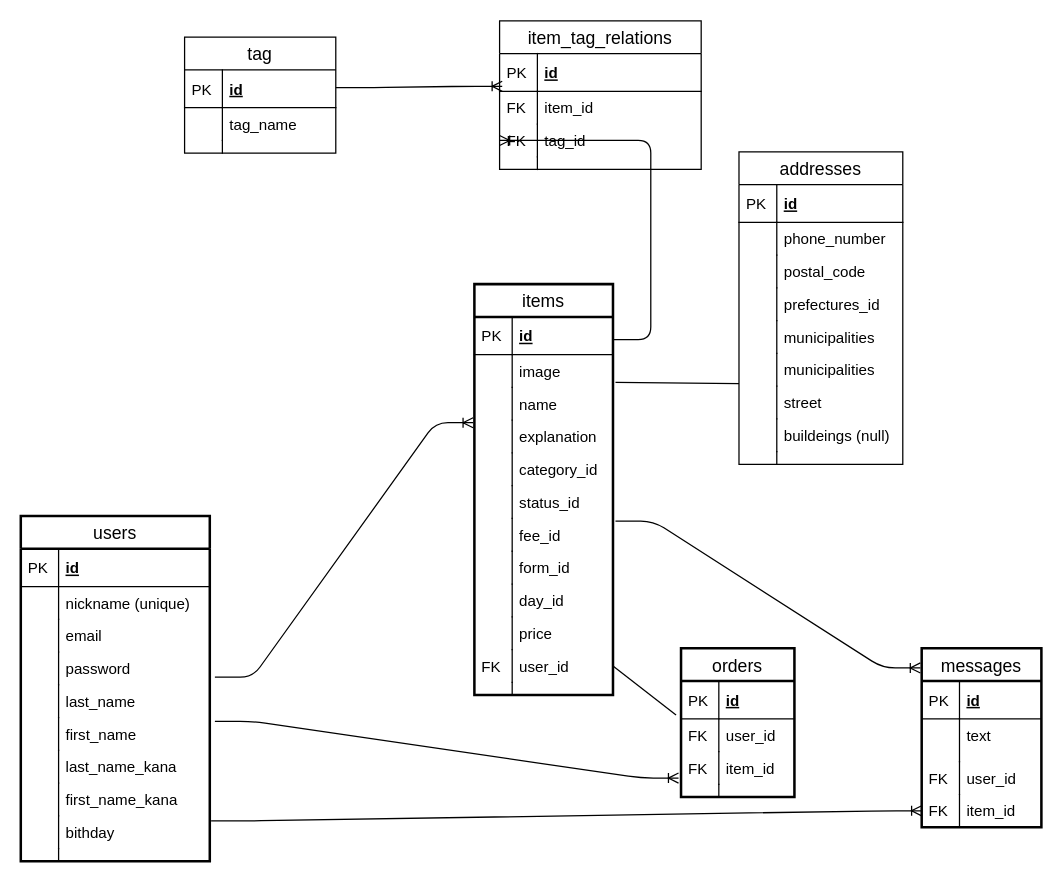
This is erd.drawio from madoca-git/furima_27808, a draw.io file, before an edit. Source tidied: cells renumbered, new cells numbered last; positions are measured from the earlier drawing's top-left corner, leaving out a move shared by most shapes. Both pictures are drawn from the tidied source at 126%, with x=0, y=0 at pixel (20, 20).
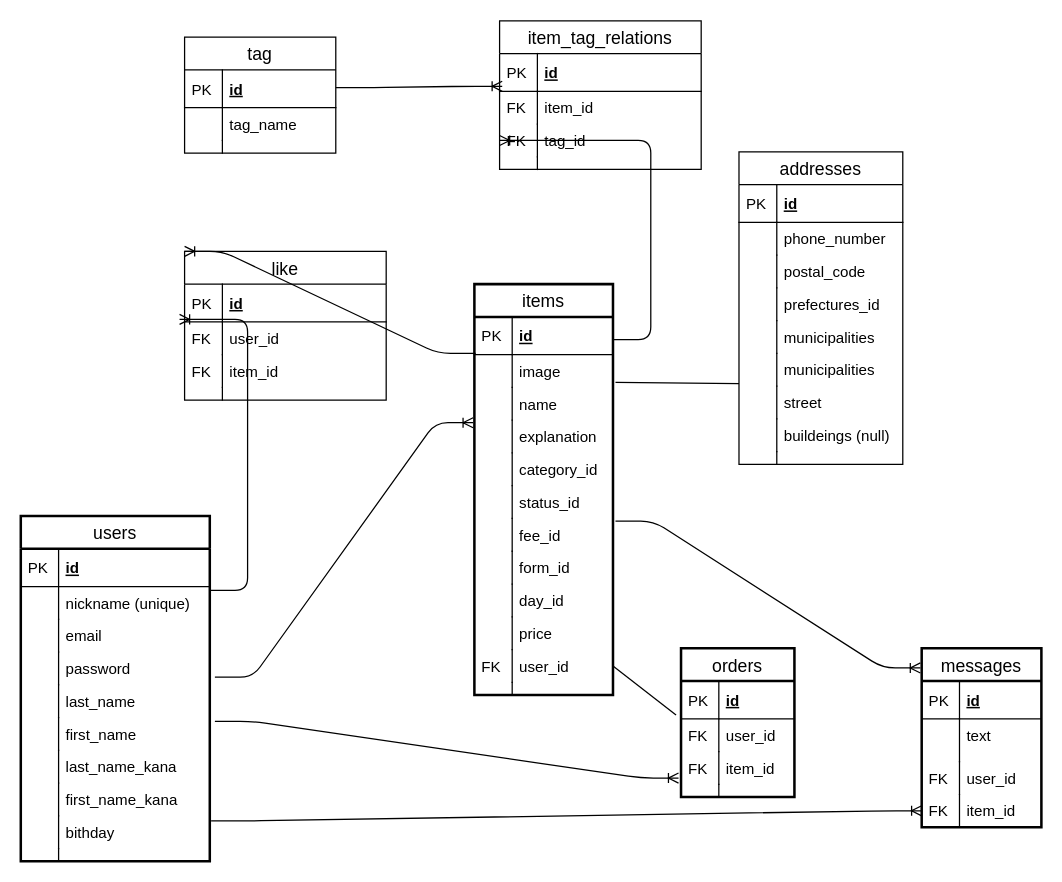
The same diagram, later.

The change refers to these unchanged cells:
```xml
<mxCell id="27" value="id" style="shape=partialRectangle;top=0;left=0;right=0;bottom=1;align=left;verticalAlign=middle;fillColor=none;spacingLeft=34;spacingRight=4;overflow=hidden;points=[[0,0.5],[1,0.5]];portConstraint=eastwest;fontStyle=5;fontSize=12;" parent="26" vertex="1">
  <mxGeometry y="26" width="110" height="30" as="geometry" />
</mxCell>
```

The edit, as a diff of the source:
```diff
@@
+    <mxCell id="109" value="like" style="swimlane;fontStyle=0;horizontal=1;startSize=26;align=center;fontSize=14;" parent="1" vertex="1">
+      <mxGeometry x="130" y="183" width="160" height="118" as="geometry" />
+    </mxCell>
+    <mxCell id="110" value="id" style="shape=partialRectangle;top=0;left=0;right=0;bottom=1;align=left;verticalAlign=middle;fillColor=none;spacingLeft=34;spacingRight=4;overflow=hidden;points=[[0,0.5],[1,0.5]];portConstraint=eastwest;fontStyle=5;fontSize=12;" parent="109" vertex="1">
+      <mxGeometry y="26" width="160" height="30" as="geometry" />
+    </mxCell>
+    <mxCell id="111" value="PK" style="shape=partialRectangle;top=0;left=0;bottom=0;fillColor=none;align=left;verticalAlign=middle;spacingLeft=4;spacingRight=4;overflow=hidden;fontSize=12;" parent="110" vertex="1">
+      <mxGeometry width="30" height="30" as="geometry" />
+    </mxCell>
+    <mxCell id="112" value="user_id" style="shape=partialRectangle;top=0;left=0;right=0;bottom=0;align=left;verticalAlign=top;fillColor=none;spacingLeft=34;spacingRight=4;overflow=hidden;fontSize=12;" parent="109" vertex="1">
+      <mxGeometry y="56" width="160" height="26" as="geometry" />
+    </mxCell>
+    <mxCell id="113" value="FK" style="shape=partialRectangle;top=0;left=0;bottom=0;fillColor=none;align=left;verticalAlign=top;spacingLeft=4;spacingRight=4;overflow=hidden;fontSize=12;" parent="112" vertex="1">
+      <mxGeometry width="30" height="26" as="geometry" />
+    </mxCell>
+    <mxCell id="114" value="item_id" style="shape=partialRectangle;top=0;left=0;right=0;bottom=0;align=left;verticalAlign=top;fillColor=none;spacingLeft=34;spacingRight=4;overflow=hidden;fontSize=12;" parent="109" vertex="1">
+      <mxGeometry y="82" width="160" height="26" as="geometry" />
+    </mxCell>
+    <mxCell id="115" value="FK" style="shape=partialRectangle;top=0;left=0;bottom=0;fillColor=none;align=left;verticalAlign=top;spacingLeft=4;spacingRight=4;overflow=hidden;fontSize=12;" parent="114" vertex="1">
+      <mxGeometry width="30" height="26" as="geometry" />
+    </mxCell>
+    <mxCell id="116" style="shape=partialRectangle;top=0;left=0;right=0;bottom=0;align=left;verticalAlign=top;fillColor=none;spacingLeft=34;spacingRight=4;overflow=hidden;fontSize=12;" parent="109" vertex="1">
+      <mxGeometry y="108" width="160" height="10" as="geometry" />
+    </mxCell>
+    <mxCell id="117" style="shape=partialRectangle;top=0;left=0;bottom=0;fillColor=none;align=left;verticalAlign=top;spacingLeft=4;spacingRight=4;overflow=hidden;fontSize=12;" parent="116" vertex="1">
+      <mxGeometry width="30" height="10" as="geometry" />
+    </mxCell>
+    <mxCell id="118" style="edgeStyle=entityRelationEdgeStyle;fontSize=12;html=1;endArrow=ERoneToMany;entryX=-0.025;entryY=0.933;entryDx=0;entryDy=0;entryPerimeter=0;" parent="1" edge="1" target="110">
+      <mxGeometry relative="1" as="geometry">
+        <mxPoint x="150" y="452" as="sourcePoint" />
+      </mxGeometry>
+    </mxCell>
+    <mxCell id="119" style="edgeStyle=entityRelationEdgeStyle;fontSize=12;html=1;endArrow=ERoneToMany;exitX=0.009;exitY=0.967;exitDx=0;exitDy=0;exitPerimeter=0;entryX=0;entryY=0;entryDx=0;entryDy=0;" parent="1" edge="1" source="27" target="109">
+      <mxGeometry relative="1" as="geometry" />
+    </mxCell>
```
